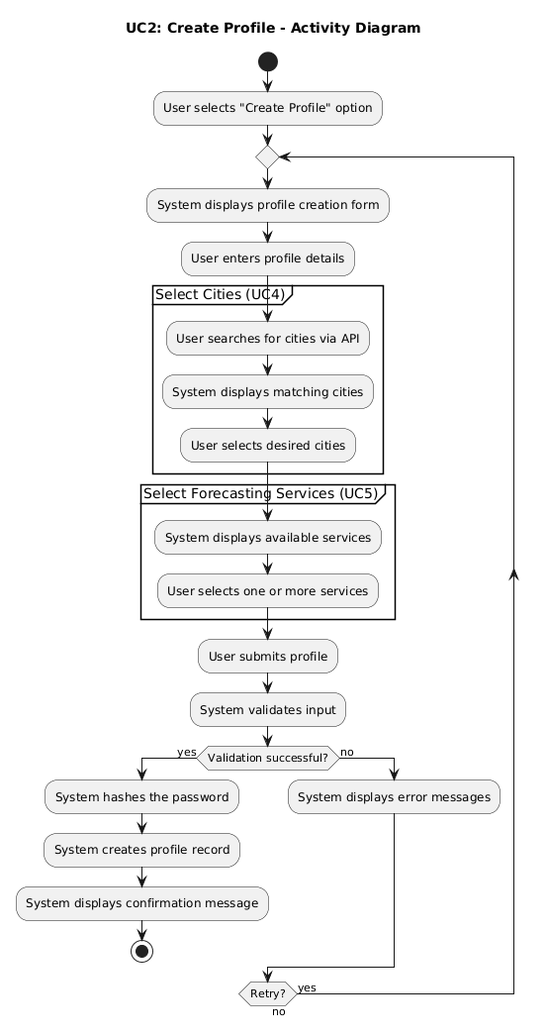
Before: requirements/activity_diagrams/UC2_Create_Profile.png, a diagram exported from PlantUML (ManosMorf97/Weather-Forecasts-AI-Remastered). Source of this version:
```plantuml
@startuml
title UC2: Create Profile - Activity Diagram

start
:User selects "Create Profile" option;
repeat
  :System displays profile creation form;
  :User enters profile details;

  partition "Select Cities (UC4)" {
    :User searches for cities via API;
    :System displays matching cities;
    :User selects desired cities;
  }

  partition "Select Forecasting Services (UC5)" {
    :System displays available services;
    :User selects one or more services;
  }

  :User submits profile;
  :System validates input;

  if (Validation successful?) then (yes)
    :System hashes the password;
    :System creates profile record;
    :System displays confirmation message;
    stop
  else (no)
    :System displays error messages;
  endif
repeat while (Retry?) is (yes) not (no)
@enduml
```
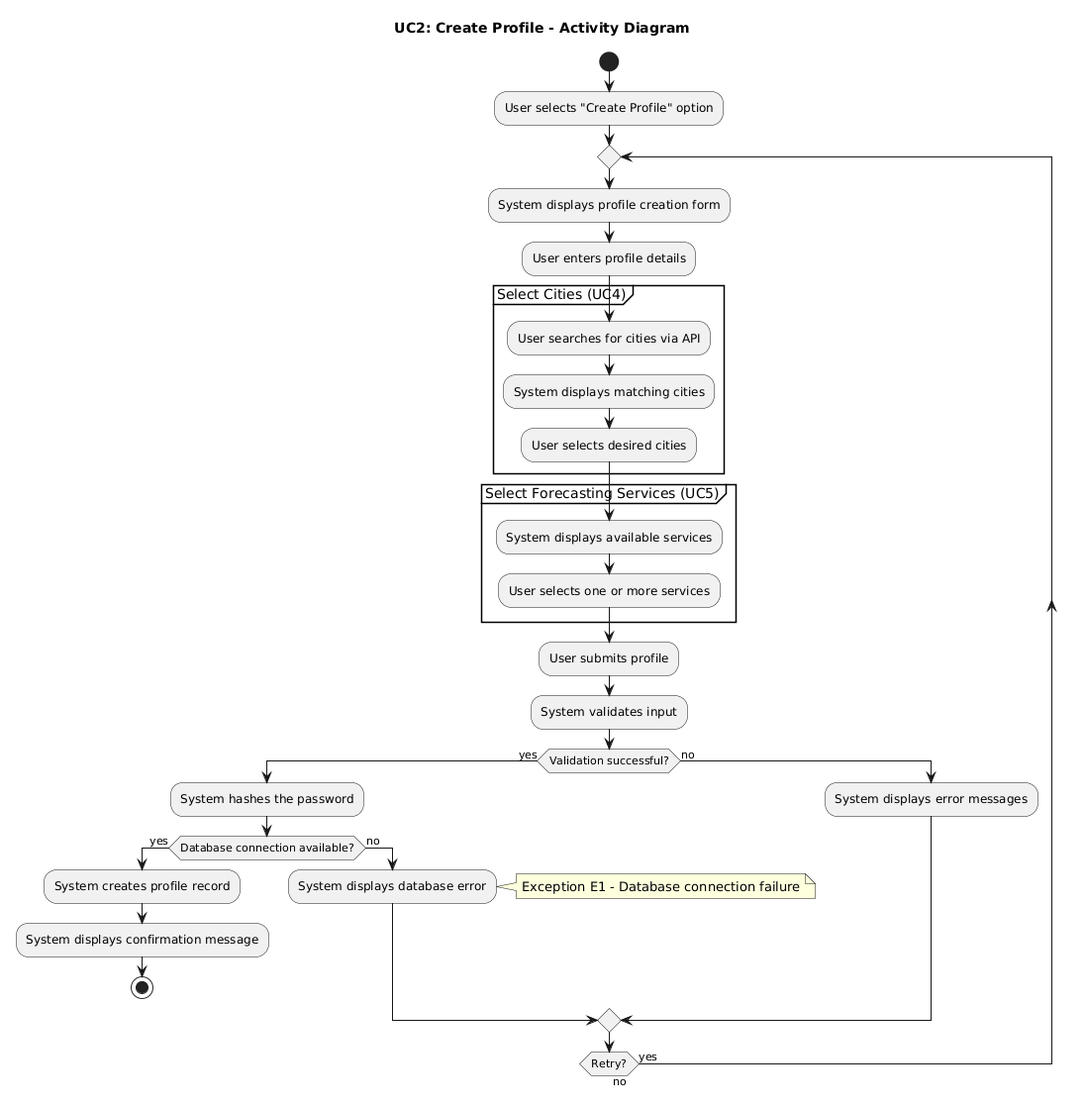
After the change.

Change to the diagram source:
```diff
@@ -23,9 +23,14 @@
 
   if (Validation successful?) then (yes)
     :System hashes the password;
-    :System creates profile record;
-    :System displays confirmation message;
-    stop
+    if (Database connection available?) then (yes)
+      :System creates profile record;
+      :System displays confirmation message;
+      stop
+    else (no)
+      :System displays database error;
+      note right: Exception E1 - Database connection failure
+    endif
   else (no)
     :System displays error messages;
   endif
```
